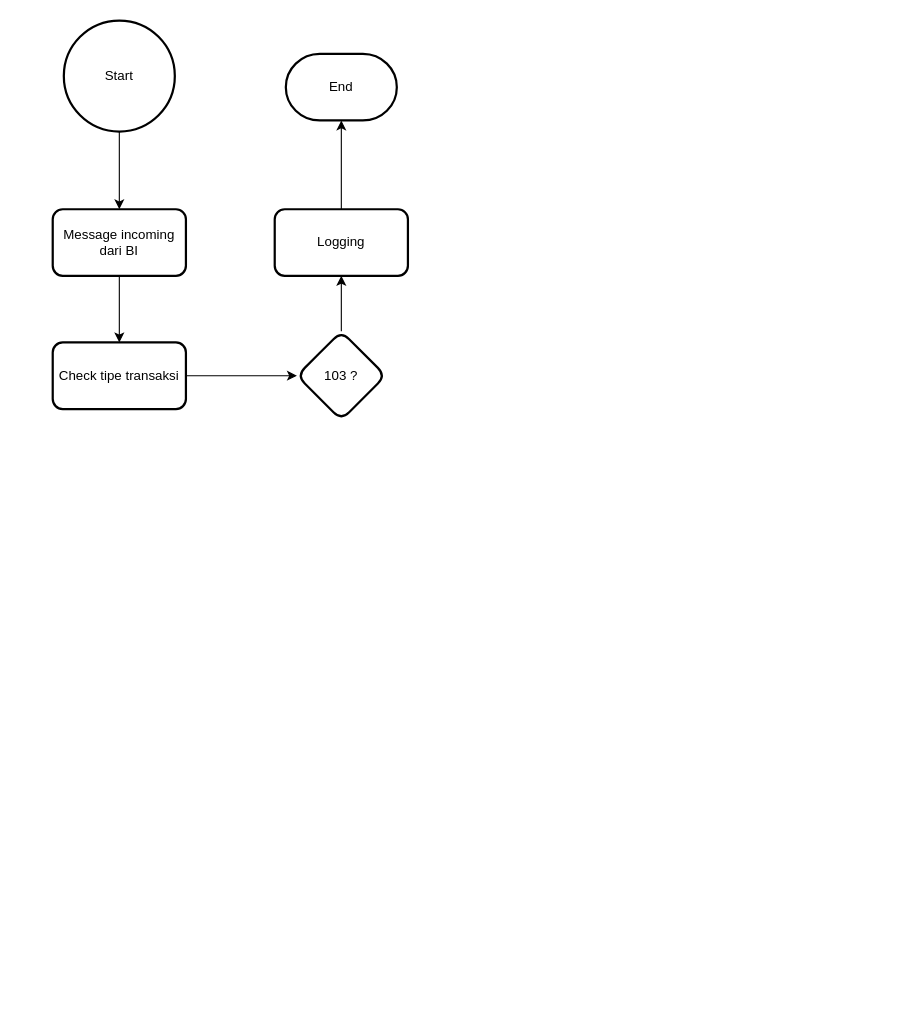
Before: Untitled Diagram.drawio in Venturium-System-Indonesia/WorkFlow-RTGSGen2Immitation, a draw.io diagram. Source tidied: cells renumbered, new cells numbered last; positions are measured from the earlier drawing's top-left corner, leaving out a move shared by most shapes. Both pictures are drawn from the tidied source at 111%, with x=0, y=0 at pixel (52, 20).
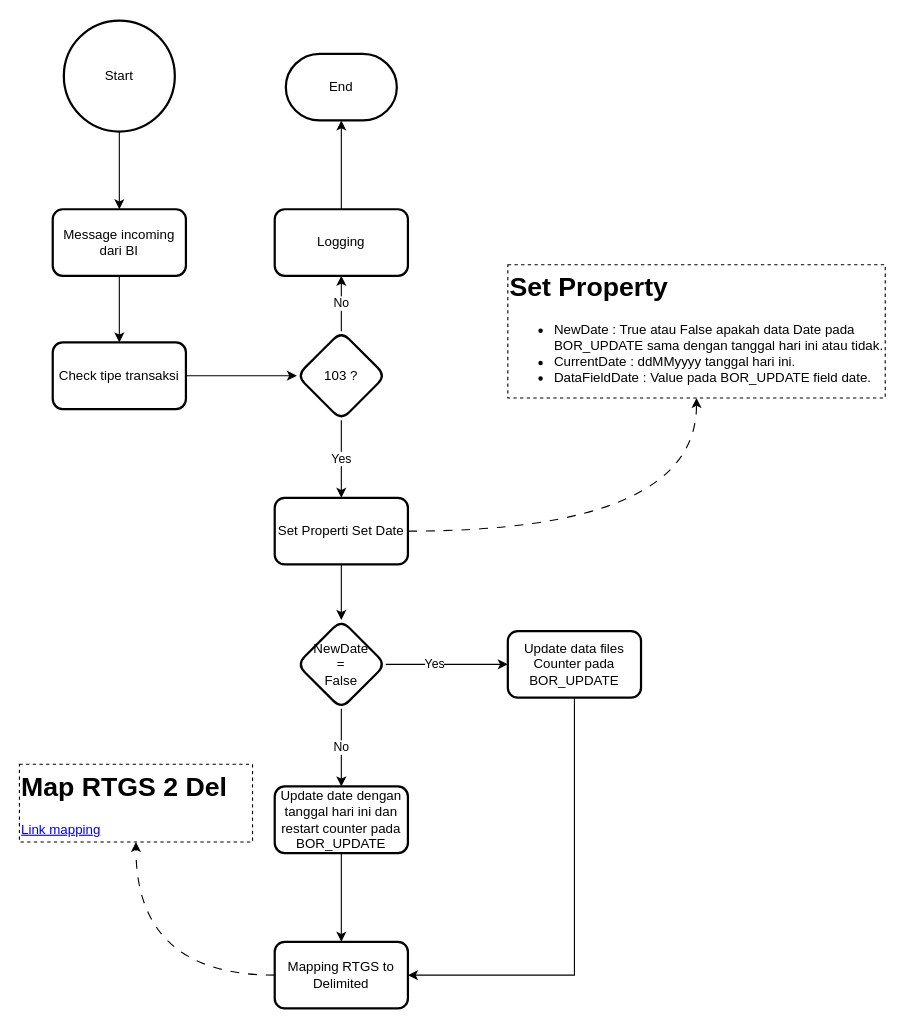
The same diagram, later.

Commit message:
Add set BOR property and  link of mapping RTGS

Unchanged cells that the change refers to:
```xml
<mxCell id="9" value="103 ?" style="rhombus;whiteSpace=wrap;html=1;rounded=1;strokeWidth=2;" parent="1" vertex="1">
  <mxGeometry x="220" y="280" width="80" height="80" as="geometry" />
</mxCell>
<mxCell id="11" value="Logging" style="whiteSpace=wrap;html=1;rounded=1;strokeWidth=2;" parent="1" vertex="1">
  <mxGeometry x="200" y="170" width="120" height="60" as="geometry" />
</mxCell>
```

The edit, as a diff of the source:
```diff
@@
-    <mxCell id="8" style="edgeStyle=orthogonalEdgeStyle;rounded=0;jettySize=auto;html=1;" parent="1" edge="1" source="9" target="11">
+    <mxCell id="8" value="No" style="edgeStyle=orthogonalEdgeStyle;rounded=0;jettySize=auto;html=1;" parent="1" edge="1" source="9" target="11">
       <mxGeometry relative="1" as="geometry" />
     </mxCell>
+    <mxCell id="13" value="Yes" style="edgeStyle=orthogonalEdgeStyle;rounded=0;jettySize=auto;html=1;" parent="1" edge="1" source="9" target="16">
+      <mxGeometry relative="1" as="geometry" />
+    </mxCell>
@@
+    <mxCell id="14" style="edgeStyle=orthogonalEdgeStyle;rounded=0;jettySize=auto;html=1;curved=1;dashed=1;dashPattern=8 8;" parent="1" edge="1" source="16" target="17">
+      <mxGeometry relative="1" as="geometry" />
+    </mxCell>
+    <mxCell id="15" style="edgeStyle=orthogonalEdgeStyle;rounded=0;jettySize=auto;html=1;" parent="1" edge="1" source="16" target="21">
+      <mxGeometry relative="1" as="geometry" />
+    </mxCell>
+    <mxCell id="16" value="Set Properti Set Date" style="whiteSpace=wrap;html=1;rounded=1;strokeWidth=2;" parent="1" vertex="1">
+      <mxGeometry x="200" y="430" width="120" height="60" as="geometry" />
+    </mxCell>
+    <mxCell id="17" value="&lt;h1 style=&quot;margin-top: 0px;&quot;&gt;Set Property&lt;/h1&gt;&lt;p&gt;&lt;/p&gt;&lt;ul&gt;&lt;li&gt;NewDate : True atau False apakah data Date pada BOR_UPDATE sama dengan tanggal hari ini atau tidak.&lt;/li&gt;&lt;li&gt;CurrentDate : ddMMyyyy tanggal hari ini.&lt;/li&gt;&lt;li&gt;DataFieldDate : Value pada BOR_UPDATE field date.&lt;/li&gt;&lt;/ul&gt;&lt;p&gt;&lt;/p&gt;" style="text;html=1;whiteSpace=wrap;overflow=hidden;rounded=0;dashed=1;strokeColor=default;" parent="1" vertex="1">
+      <mxGeometry x="410" y="220" width="340" height="120" as="geometry" />
+    </mxCell>
+    <mxCell id="18" style="edgeStyle=orthogonalEdgeStyle;rounded=0;jettySize=auto;html=1;" parent="1" edge="1" source="21" target="23">
+      <mxGeometry relative="1" as="geometry" />
+    </mxCell>
+    <mxCell id="19" value="Yes" style="edgeLabel;html=1;align=center;verticalAlign=middle;" parent="18" vertex="1">
+      <mxGeometry x="-0.21" y="1" relative="1" as="geometry" />
+    </mxCell>
+    <mxCell id="20" value="No" style="edgeStyle=orthogonalEdgeStyle;rounded=0;jettySize=auto;html=1;" parent="1" edge="1" source="21" target="25">
+      <mxGeometry relative="1" as="geometry" />
+    </mxCell>
+    <mxCell id="21" value="NewDate&lt;div&gt;=&lt;/div&gt;&lt;div&gt;False&lt;/div&gt;" style="rhombus;whiteSpace=wrap;html=1;rounded=1;strokeWidth=2;" parent="1" vertex="1">
+      <mxGeometry x="220" y="540" width="80" height="80" as="geometry" />
+    </mxCell>
+    <mxCell id="22" style="edgeStyle=orthogonalEdgeStyle;rounded=0;jettySize=auto;html=1;entryX=1;entryY=0.5;entryDx=0;entryDy=0;" parent="1" edge="1" source="23" target="27">
+      <mxGeometry relative="1" as="geometry">
+        <Array as="points">
+          <mxPoint x="470" y="860" />
+        </Array>
+      </mxGeometry>
+    </mxCell>
+    <mxCell id="23" value="Update data files Counter pada BOR_UPDATE" style="whiteSpace=wrap;html=1;rounded=1;strokeWidth=2;" parent="1" vertex="1">
+      <mxGeometry x="410" y="550" width="120" height="60" as="geometry" />
+    </mxCell>
+    <mxCell id="24" style="edgeStyle=orthogonalEdgeStyle;rounded=0;jettySize=auto;html=1;" parent="1" edge="1" source="25" target="27">
+      <mxGeometry relative="1" as="geometry" />
+    </mxCell>
+    <mxCell id="25" value="Update date dengan tanggal hari ini dan restart counter pada BOR_UPDATE" style="whiteSpace=wrap;html=1;rounded=1;strokeWidth=2;" parent="1" vertex="1">
+      <mxGeometry x="200" y="690" width="120" height="60" as="geometry" />
+    </mxCell>
+    <mxCell id="26" style="edgeStyle=orthogonalEdgeStyle;rounded=0;jettySize=auto;html=1;curved=1;dashed=1;dashPattern=8 8;" parent="1" edge="1" source="27" target="28">
+      <mxGeometry relative="1" as="geometry" />
+    </mxCell>
+    <mxCell id="27" value="Mapping RTGS to Delimited" style="whiteSpace=wrap;html=1;rounded=1;strokeWidth=2;" parent="1" vertex="1">
+      <mxGeometry x="200" y="830" width="120" height="60" as="geometry" />
+    </mxCell>
+    <mxCell id="28" value="&lt;h1 style=&quot;margin-top: 0px;&quot;&gt;Map RTGS 2 Del&lt;/h1&gt;&lt;p&gt;&lt;a href=&quot;https://docs.google.com/spreadsheets/d/1L4hJUXxCU0oIg9IysKON_rQWm0buzqyzSFAoBNe8a9o/edit?hl=id&amp;amp;gid=0#gid=0&quot;&gt;Link mapping&lt;/a&gt;&lt;/p&gt;" style="text;html=1;whiteSpace=wrap;overflow=hidden;rounded=0;strokeColor=default;dashed=1;" parent="1" vertex="1">
+      <mxGeometry x="-30" y="670" width="210" height="70" as="geometry" />
+    </mxCell>
```
